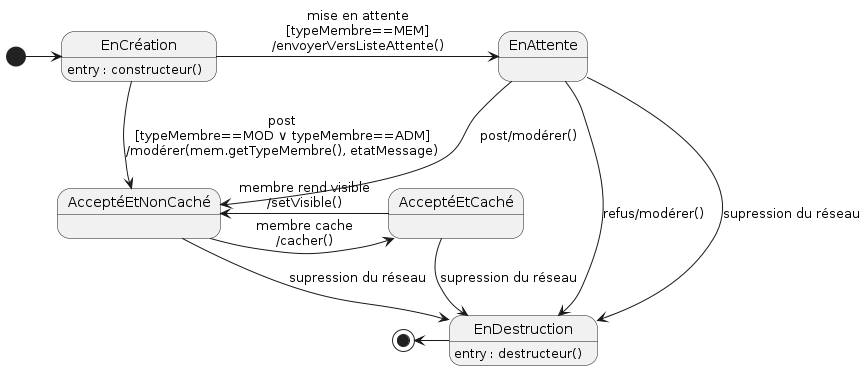
The PlantUML diagram Diagrammes/minisocs_uml_diag_machine_a_etats_message.png in ThELud0/Minisocs, before a commit. Source of this version:
```plantuml
@startuml



state EnCréation : entry : constructeur()
state EnDestruction : entry : destructeur()

[*] -right-> EnCréation
EnCréation --> AcceptéEtNonCaché : post\n[typeMembre==MOD ∨ typeMembre==ADM]\n/modérer(mem.getTypeMembre(), etatMessage)
EnCréation -right-> EnAttente : mise en attente\n[typeMembre==MEM]\n/envoyerVersListeAttente()
AcceptéEtNonCaché -right-> AcceptéEtCaché : membre cache\n/cacher()
AcceptéEtCaché -left-> AcceptéEtNonCaché : membre rend visible\n/setVisible()
EnAttente --> AcceptéEtNonCaché : post/modérer()
EnAttente --> EnDestruction : refus/modérer()
EnAttente --> EnDestruction : supression du réseau
AcceptéEtNonCaché --> EnDestruction : supression du réseau
AcceptéEtCaché --> EnDestruction : supression du réseau
EnDestruction -left-> [*]
@enduml
```
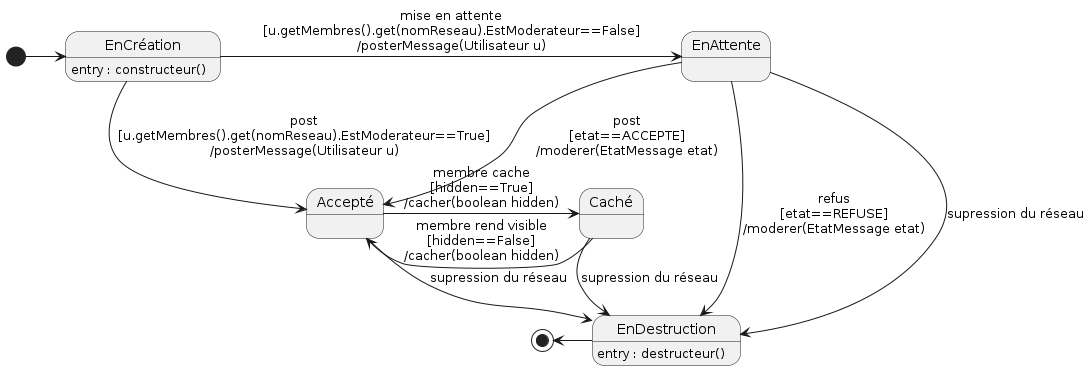
After the change.

Commit message:
Diagramme machine à états de message

Diff of the diagram source:
```diff
@@ -6,14 +6,14 @@
 state EnDestruction : entry : destructeur()
 
 [*] -right-> EnCréation
-EnCréation --> AcceptéEtNonCaché : post\n[typeMembre==MOD ∨ typeMembre==ADM]\n/modérer(mem.getTypeMembre(), etatMessage)
-EnCréation -right-> EnAttente : mise en attente\n[typeMembre==MEM]\n/envoyerVersListeAttente()
-AcceptéEtNonCaché -right-> AcceptéEtCaché : membre cache\n/cacher()
-AcceptéEtCaché -left-> AcceptéEtNonCaché : membre rend visible\n/setVisible()
-EnAttente --> AcceptéEtNonCaché : post/modérer()
-EnAttente --> EnDestruction : refus/modérer()
+EnCréation --> Accepté : post\n[u.getMembres().get(nomReseau).EstModerateur==True]\n/posterMessage(Utilisateur u)
+EnCréation -right-> EnAttente : mise en attente\n[u.getMembres().get(nomReseau).EstModerateur==False]\n/posterMessage(Utilisateur u)
+Accepté -right-> Caché : membre cache\n[hidden==True]\n/cacher(boolean hidden)
+Caché -left-> Accepté : membre rend visible\n[hidden==False]\n/cacher(boolean hidden)
+EnAttente --> Accepté : post\n[etat==ACCEPTE]\n/moderer(EtatMessage etat)
+EnAttente --> EnDestruction : refus\n[etat==REFUSE]\n/moderer(EtatMessage etat)
 EnAttente --> EnDestruction : supression du réseau
-AcceptéEtNonCaché --> EnDestruction : supression du réseau
-AcceptéEtCaché --> EnDestruction : supression du réseau
+Accepté --> EnDestruction : supression du réseau
+Caché --> EnDestruction : supression du réseau
 EnDestruction -left-> [*]
 @enduml
```
